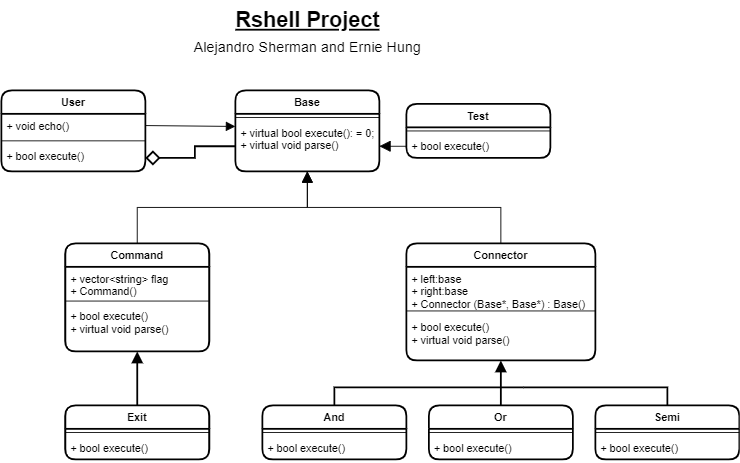
Above: images/OMT_Diagram.png in AlejandroSherman/Rshell (draw.io), before the change. Source tidied: cells renumbered, new cells last; positions are measured from the earlier drawing's top-left corner, leaving out a move shared by most shapes.
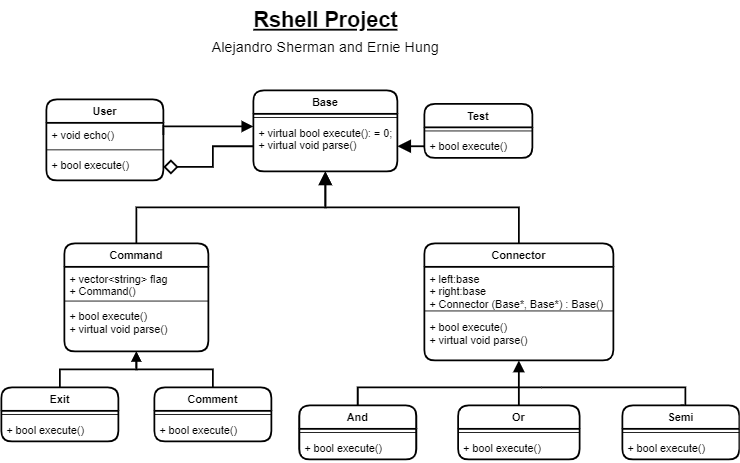
Later version of the same file.

Commit message:
Uploaded raw of new diagram now with comment and removed link to prev

Change to the diagram source:
```diff
@@ -12,7 +12,7 @@
       <mxGeometry y="34" width="160" height="56" as="geometry" />
     </mxCell>
     <mxCell id="5" value="Command" style="swimlane;fontStyle=1;align=center;verticalAlign=top;horizontal=1;startSize=26;rounded=1;shadow=0;strokeWidth=2;" parent="1" vertex="1">
-      <mxGeometry x="71" y="270" width="160" height="120" as="geometry" />
+      <mxGeometry x="50" y="270" width="160" height="120" as="geometry" />
     </mxCell>
     <mxCell id="6" value="+ vector&lt;string&gt; flag&#10;+ Command()" style="text;align=left;verticalAlign=top;spacingLeft=4;spacingRight=4;overflow=hidden;" parent="5" vertex="1">
       <mxGeometry y="26" width="160" height="34" as="geometry" />
@@ -23,7 +23,7 @@
     <mxCell id="8" value="+ bool execute()&#10;+ virtual void parse()" style="text;align=left;verticalAlign=top;spacingLeft=4;spacingRight=4;overflow=hidden;fontStyle=0;" parent="5" vertex="1">
       <mxGeometry y="68" width="160" height="44" as="geometry" />
     </mxCell>
-    <mxCell id="9" style="endArrow=block;endSize=10;endFill=0;shadow=0;strokeWidth=1;rounded=0;edgeStyle=elbowEdgeStyle;elbow=vertical;" parent="1" edge="1" source="5" target="2">
+    <mxCell id="9" style="endArrow=block;endSize=10;endFill=0;shadow=0;strokeWidth=2;rounded=0;edgeStyle=elbowEdgeStyle;elbow=vertical;" parent="1" edge="1" source="5" target="2">
       <mxGeometry relative="1" as="geometry" />
     </mxCell>
     <mxCell id="10" value="Connector" style="swimlane;fontStyle=1;align=center;verticalAlign=top;horizontal=1;startSize=26;rounded=1;shadow=0;strokeWidth=2;" parent="1" vertex="1">
@@ -38,34 +38,34 @@
     <mxCell id="13" value="+ bool execute()&#10;+ virtual void parse()" style="text;align=left;verticalAlign=top;spacingLeft=4;spacingRight=4;overflow=hidden;fontStyle=0;" parent="10" vertex="1">
       <mxGeometry y="80" width="210" height="34" as="geometry" />
     </mxCell>
-    <mxCell id="14" style="endArrow=block;endSize=10;endFill=1;shadow=0;strokeWidth=1;rounded=0;edgeStyle=elbowEdgeStyle;elbow=vertical;" parent="1" edge="1" source="10" target="2">
+    <mxCell id="14" style="endArrow=block;endSize=10;endFill=1;shadow=0;strokeWidth=2;rounded=0;edgeStyle=elbowEdgeStyle;elbow=vertical;" parent="1" edge="1" source="10" target="2">
       <mxGeometry relative="1" as="geometry" />
     </mxCell>
     <mxCell id="15" value="Test" style="swimlane;fontStyle=1;align=center;verticalAlign=top;horizontal=1;startSize=26;rounded=1;shadow=0;glass=0;comic=0;strokeWidth=2;" parent="1" vertex="1">
-      <mxGeometry x="450" y="115" width="160" height="60" as="geometry" />
+      <mxGeometry x="450" y="115" width="120" height="60" as="geometry" />
     </mxCell>
     <mxCell id="16" style="line;strokeWidth=1;fillColor=none;align=left;verticalAlign=middle;spacingTop=-1;spacingLeft=3;spacingRight=3;labelPosition=right;" parent="15" vertex="1">
-      <mxGeometry y="26" width="160" height="8" as="geometry" />
+      <mxGeometry y="26" width="120" height="8" as="geometry" />
     </mxCell>
     <mxCell id="17" value="+ bool execute()" style="text;strokeColor=none;fillColor=none;align=left;verticalAlign=top;spacingLeft=4;spacingRight=4;overflow=hidden;points=[[0,0.5],[1,0.5]];portConstraint=eastwest;" parent="15" vertex="1">
-      <mxGeometry y="34" width="160" height="26" as="geometry" />
+      <mxGeometry y="34" width="120" height="26" as="geometry" />
     </mxCell>
-    <mxCell id="18" style="edgeStyle=orthogonalEdgeStyle;rounded=0;jettySize=auto;html=1;exitX=0;exitY=0.5;exitDx=0;exitDy=0;entryX=1;entryY=0.5;entryDx=0;entryDy=0;endArrow=block;endFill=1;endSize=10;" parent="1" edge="1" source="17" target="4">
+    <mxCell id="18" style="edgeStyle=orthogonalEdgeStyle;rounded=0;jettySize=auto;html=1;exitX=0;exitY=0.5;exitDx=0;exitDy=0;entryX=1;entryY=0.5;entryDx=0;entryDy=0;endArrow=block;endFill=1;endSize=10;strokeWidth=2;" parent="1" edge="1" source="17" target="4">
       <mxGeometry relative="1" as="geometry" />
     </mxCell>
     <mxCell id="19" value="User" style="swimlane;fontStyle=1;align=center;verticalAlign=top;horizontal=1;startSize=26;rounded=1;strokeWidth=2;" parent="1" vertex="1">
-      <mxGeometry y="100" width="160" height="90" as="geometry" />
+      <mxGeometry x="30" y="110" width="130" height="90" as="geometry" />
     </mxCell>
     <mxCell id="20" value="+ void echo()" style="text;strokeColor=none;fillColor=none;align=left;verticalAlign=top;spacingLeft=4;spacingRight=4;overflow=hidden;points=[[0,0.5],[1,0.5]];portConstraint=eastwest;" parent="19" vertex="1">
-      <mxGeometry y="26" width="160" height="26" as="geometry" />
+      <mxGeometry y="26" width="130" height="26" as="geometry" />
     </mxCell>
     <mxCell id="21" style="line;strokeWidth=1;fillColor=none;align=left;verticalAlign=middle;spacingTop=-1;spacingLeft=3;spacingRight=3;labelPosition=right;" parent="19" vertex="1">
-      <mxGeometry y="52" width="160" height="8" as="geometry" />
+      <mxGeometry y="52" width="130" height="8" as="geometry" />
     </mxCell>
     <mxCell id="22" value="+ bool execute()" style="text;strokeColor=none;fillColor=none;align=left;verticalAlign=top;spacingLeft=4;spacingRight=4;overflow=hidden;points=[[0,0.5],[1,0.5]];portConstraint=eastwest;" parent="19" vertex="1">
-      <mxGeometry y="60" width="160" height="30" as="geometry" />
+      <mxGeometry y="60" width="130" height="30" as="geometry" />
     </mxCell>
-    <mxCell id="23" style="edgeStyle=orthogonalEdgeStyle;rounded=0;jettySize=auto;html=1;exitX=1;exitY=0.5;exitDx=0;exitDy=0;endArrow=block;endFill=1;endSize=8;strokeWidth=1;entryX=0;entryY=0.107;entryDx=0;entryDy=0;entryPerimeter=0;" parent="1" edge="1" source="20" target="4">
+    <mxCell id="23" style="edgeStyle=orthogonalEdgeStyle;rounded=0;jettySize=auto;html=1;exitX=1;exitY=0.5;exitDx=0;exitDy=0;endArrow=block;endFill=1;endSize=8;strokeWidth=2;entryX=0;entryY=0.107;entryDx=0;entryDy=0;entryPerimeter=0;" parent="1" edge="1" source="20" target="4">
       <mxGeometry relative="1" as="geometry">
         <Array as="points">
           <mxPoint x="160" y="140" />
@@ -75,47 +75,46 @@
     <mxCell id="24" style="edgeStyle=orthogonalEdgeStyle;rounded=0;jettySize=auto;html=1;entryX=0;entryY=0.5;entryDx=0;entryDy=0;endArrow=none;endFill=0;endSize=8;strokeWidth=2;startArrow=diamond;startFill=0;startSize=12;exitX=1;exitY=0.5;exitDx=0;exitDy=0;" parent="1" edge="1" source="22" target="4">
       <mxGeometry relative="1" as="geometry" />
     </mxCell>
-    <mxCell id="25" style="edgeStyle=orthogonalEdgeStyle;rounded=0;jettySize=auto;html=1;exitX=0.5;exitY=0;exitDx=0;exitDy=0;entryX=0.5;entryY=1;entryDx=0;entryDy=0;startArrow=none;startFill=0;startSize=12;endArrow=block;endFill=1;endSize=8;strokeWidth=2;" parent="1" edge="1" source="26" target="5">
+    <mxCell id="25" style="edgeStyle=orthogonalEdgeStyle;rounded=0;jettySize=auto;html=1;exitX=0.5;exitY=0;exitDx=0;exitDy=0;entryX=0.5;entryY=1;entryDx=0;entryDy=0;strokeWidth=2;endArrow=block;endFill=1;" parent="1" edge="1" source="26" target="5">
       <mxGeometry relative="1" as="geometry" />
     </mxCell>
     <mxCell id="26" value="Exit" style="swimlane;fontStyle=1;align=center;verticalAlign=top;horizontal=1;startSize=26;rounded=1;strokeWidth=2;" parent="1" vertex="1">
-      <mxGeometry x="71" y="450" width="160" height="60" as="geometry" />
+      <mxGeometry x="-20" y="430" width="130" height="60" as="geometry" />
     </mxCell>
     <mxCell id="27" style="line;strokeWidth=1;fillColor=none;align=left;verticalAlign=middle;spacingTop=-1;spacingLeft=3;spacingRight=3;labelPosition=right;" parent="26" vertex="1">
-      <mxGeometry y="26" width="160" height="8" as="geometry" />
+      <mxGeometry y="26" width="130" height="8" as="geometry" />
     </mxCell>
     <mxCell id="28" value="+ bool execute()" style="text;strokeColor=none;fillColor=none;align=left;verticalAlign=top;spacingLeft=4;spacingRight=4;overflow=hidden;" parent="26" vertex="1">
-      <mxGeometry y="34" width="160" height="26" as="geometry" />
+      <mxGeometry y="34" width="130" height="26" as="geometry" />
     </mxCell>
     <mxCell id="29" style="edgeStyle=orthogonalEdgeStyle;rounded=0;jettySize=auto;html=1;exitX=0.5;exitY=0;exitDx=0;exitDy=0;startArrow=none;startFill=0;startSize=12;endArrow=none;endFill=0;endSize=8;strokeWidth=2;" parent="1" edge="1" source="30">
       <mxGeometry relative="1" as="geometry">
         <mxPoint x="580" y="430" as="targetPoint" />
         <Array as="points">
-          <mxPoint x="370" y="430" />
-          <mxPoint x="550" y="430" />
+          <mxPoint x="376" y="430" />
         </Array>
       </mxGeometry>
     </mxCell>
     <mxCell id="30" value="And" style="swimlane;fontStyle=1;align=center;verticalAlign=top;horizontal=1;startSize=26;rounded=1;strokeWidth=2;" parent="1" vertex="1">
-      <mxGeometry x="290" y="450" width="160" height="60" as="geometry" />
+      <mxGeometry x="311" y="450" width="130" height="60" as="geometry" />
     </mxCell>
     <mxCell id="31" style="line;strokeWidth=1;fillColor=none;align=left;verticalAlign=middle;spacingTop=-1;spacingLeft=3;spacingRight=3;labelPosition=right;" parent="30" vertex="1">
-      <mxGeometry y="26" width="160" height="8" as="geometry" />
+      <mxGeometry y="26" width="130" height="8" as="geometry" />
     </mxCell>
     <mxCell id="32" value="+ bool execute()" style="text;strokeColor=none;fillColor=none;align=left;verticalAlign=top;spacingLeft=4;spacingRight=4;overflow=hidden;" parent="30" vertex="1">
-      <mxGeometry y="34" width="160" height="26" as="geometry" />
+      <mxGeometry y="34" width="130" height="26" as="geometry" />
     </mxCell>
     <mxCell id="33" style="edgeStyle=orthogonalEdgeStyle;rounded=0;jettySize=auto;html=1;exitX=0.5;exitY=0;exitDx=0;exitDy=0;entryX=0.5;entryY=1;entryDx=0;entryDy=0;startArrow=none;startFill=0;startSize=12;endArrow=block;endFill=1;endSize=8;strokeWidth=2;" parent="1" edge="1" source="34" target="10">
       <mxGeometry relative="1" as="geometry" />
     </mxCell>
     <mxCell id="34" value="Or" style="swimlane;fontStyle=1;align=center;verticalAlign=top;horizontal=1;startSize=26;rounded=1;strokeWidth=2;" parent="1" vertex="1">
-      <mxGeometry x="475" y="450" width="160" height="60" as="geometry" />
+      <mxGeometry x="487.5" y="450" width="135" height="60" as="geometry" />
     </mxCell>
     <mxCell id="35" style="line;strokeWidth=1;fillColor=none;align=left;verticalAlign=middle;spacingTop=-1;spacingLeft=3;spacingRight=3;labelPosition=right;" parent="34" vertex="1">
-      <mxGeometry y="26" width="160" height="8" as="geometry" />
+      <mxGeometry y="26" width="135" height="8" as="geometry" />
     </mxCell>
     <mxCell id="36" value="+ bool execute()" style="text;strokeColor=none;fillColor=none;align=left;verticalAlign=top;spacingLeft=4;spacingRight=4;overflow=hidden;" parent="34" vertex="1">
-      <mxGeometry y="34" width="160" height="26" as="geometry" />
+      <mxGeometry y="34" width="135" height="26" as="geometry" />
     </mxCell>
     <mxCell id="37" style="edgeStyle=orthogonalEdgeStyle;rounded=0;jettySize=auto;html=1;exitX=0.5;exitY=0;exitDx=0;exitDy=0;startArrow=none;startFill=0;startSize=12;endArrow=none;endFill=0;endSize=8;strokeWidth=2;" parent="1" edge="1" source="38">
       <mxGeometry relative="1" as="geometry">
@@ -126,16 +125,30 @@
       </mxGeometry>
     </mxCell>
     <mxCell id="38" value="Semi" style="swimlane;fontStyle=1;align=center;verticalAlign=top;horizontal=1;startSize=26;rounded=1;strokeWidth=2;" parent="1" vertex="1">
-      <mxGeometry x="660" y="450" width="160" height="60" as="geometry" />
+      <mxGeometry x="670" y="450" width="130" height="60" as="geometry" />
     </mxCell>
     <mxCell id="39" style="line;strokeWidth=1;fillColor=none;align=left;verticalAlign=middle;spacingTop=-1;spacingLeft=3;spacingRight=3;labelPosition=right;" parent="38" vertex="1">
-      <mxGeometry y="26" width="160" height="8" as="geometry" />
+      <mxGeometry y="26" width="130" height="8" as="geometry" />
     </mxCell>
     <mxCell id="40" value="+ bool execute()" style="text;strokeColor=none;fillColor=none;align=left;verticalAlign=top;spacingLeft=4;spacingRight=4;overflow=hidden;" parent="38" vertex="1">
-      <mxGeometry y="34" width="160" height="26" as="geometry" />
+      <mxGeometry y="34" width="130" height="26" as="geometry" />
     </mxCell>
     <mxCell id="41" value="&lt;u&gt;Rshell Project&lt;br style=&quot;font-size: 20px&quot;&gt;&lt;/u&gt;&lt;font size=&quot;1&quot;&gt;&lt;span style=&quot;font-weight: 400 ; font-size: 16px&quot;&gt;Alejandro Sherman and Ernie Hung&lt;/span&gt;&lt;/font&gt;" style="text;strokeColor=none;fillColor=none;html=1;fontSize=24;fontStyle=1;verticalAlign=middle;align=center;rounded=1;" parent="1" vertex="1">
       <mxGeometry x="125" width="430" height="70" as="geometry" />
     </mxCell>
+    <mxCell id="42" style="edgeStyle=orthogonalEdgeStyle;rounded=0;jettySize=auto;html=1;exitX=0.5;exitY=0;exitDx=0;exitDy=0;endArrow=block;endFill=1;strokeWidth=2;" parent="1" edge="1" source="43">
+      <mxGeometry relative="1" as="geometry">
+        <mxPoint x="130" y="390" as="targetPoint" />
+      </mxGeometry>
+    </mxCell>
+    <mxCell id="43" value="Comment" style="swimlane;fontStyle=1;align=center;verticalAlign=top;horizontal=1;startSize=26;rounded=1;strokeWidth=2;" parent="1" vertex="1">
+      <mxGeometry x="150" y="430" width="130" height="60" as="geometry" />
+    </mxCell>
+    <mxCell id="44" style="line;strokeWidth=1;fillColor=none;align=left;verticalAlign=middle;spacingTop=-1;spacingLeft=3;spacingRight=3;labelPosition=right;" parent="43" vertex="1">
+      <mxGeometry y="26" width="130" height="8" as="geometry" />
+    </mxCell>
+    <mxCell id="45" value="+ bool execute()" style="text;strokeColor=none;fillColor=none;align=left;verticalAlign=top;spacingLeft=4;spacingRight=4;overflow=hidden;" parent="43" vertex="1">
+      <mxGeometry y="34" width="130" height="26" as="geometry" />
+    </mxCell>
   </root>
 </mxGraphModel>
```
